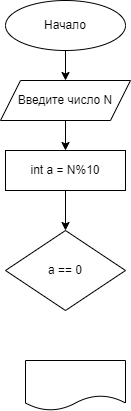
Earlier version of the draw.io export Homework_002/diagram.drawio.png (GnezdilovaVO/Seminar-3.2.Homework). Source tidied: cells renumbered, new cells last; positions are measured from the earlier drawing's top-left corner, leaving out a move shared by most shapes. Source of this version:
```xml
<mxGraphModel>
  <root>
    <mxCell id="0" />
    <mxCell id="1" parent="0" />
    <mxCell id="2" style="edgeStyle=none;html=1;" parent="1" edge="1" source="3" target="5">
      <mxGeometry relative="1" as="geometry" />
    </mxCell>
    <mxCell id="3" value="Начало" style="ellipse;whiteSpace=wrap;html=1;" parent="1" vertex="1">
      <mxGeometry x="5" width="120" height="50" as="geometry" />
    </mxCell>
    <mxCell id="4" style="edgeStyle=none;html=1;" parent="1" edge="1" source="5" target="8">
      <mxGeometry relative="1" as="geometry" />
    </mxCell>
    <mxCell id="5" value="Введите число N" style="shape=parallelogram;perimeter=parallelogramPerimeter;whiteSpace=wrap;html=1;fixedSize=1;" parent="1" vertex="1">
      <mxGeometry y="80" width="130" height="40" as="geometry" />
    </mxCell>
    <mxCell id="6" value="a == 0" style="rhombus;whiteSpace=wrap;html=1;" parent="1" vertex="1">
      <mxGeometry x="5" y="230" width="120" height="80" as="geometry" />
    </mxCell>
    <mxCell id="7" style="edgeStyle=none;html=1;" parent="1" edge="1" source="8" target="6">
      <mxGeometry relative="1" as="geometry" />
    </mxCell>
    <mxCell id="8" value="int a = N%10" style="rounded=0;whiteSpace=wrap;html=1;" parent="1" vertex="1">
      <mxGeometry x="5" y="150" width="120" height="40" as="geometry" />
    </mxCell>
    <mxCell id="9" style="shape=document;whiteSpace=wrap;html=1;boundedLbl=1;" parent="1" vertex="1">
      <mxGeometry x="25" y="360" width="100" height="50" as="geometry" />
    </mxCell>
  </root>
</mxGraphModel>
```
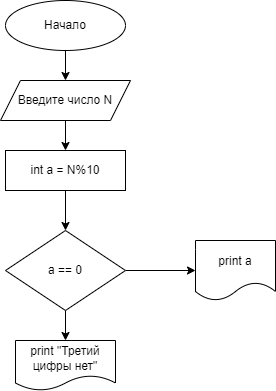
After the change.

Commit message:
Задача 2 решена. Исправлена блок-схема

The edit, as a diff of the source:
```diff
@@ -14,6 +14,12 @@
     <mxCell id="5" value="Введите число N" style="shape=parallelogram;perimeter=parallelogramPerimeter;whiteSpace=wrap;html=1;fixedSize=1;" parent="1" vertex="1">
       <mxGeometry y="80" width="130" height="40" as="geometry" />
     </mxCell>
+    <mxCell id="10" style="edgeStyle=none;html=1;" parent="1" edge="1" source="6" target="9">
+      <mxGeometry relative="1" as="geometry" />
+    </mxCell>
+    <mxCell id="11" style="edgeStyle=none;html=1;" parent="1" edge="1" source="6" target="12">
+      <mxGeometry relative="1" as="geometry" />
+    </mxCell>
     <mxCell id="6" value="a == 0" style="rhombus;whiteSpace=wrap;html=1;" parent="1" vertex="1">
       <mxGeometry x="5" y="230" width="120" height="80" as="geometry" />
     </mxCell>
@@ -23,8 +29,11 @@
     <mxCell id="8" value="int a = N%10" style="rounded=0;whiteSpace=wrap;html=1;" parent="1" vertex="1">
       <mxGeometry x="5" y="150" width="120" height="40" as="geometry" />
     </mxCell>
-    <mxCell id="9" style="shape=document;whiteSpace=wrap;html=1;boundedLbl=1;" parent="1" vertex="1">
-      <mxGeometry x="25" y="360" width="100" height="50" as="geometry" />
+    <mxCell id="9" value="print &quot;Третий цифры нет&quot;" style="shape=document;whiteSpace=wrap;html=1;boundedLbl=1;" parent="1" vertex="1">
+      <mxGeometry x="15" y="340" width="100" height="50" as="geometry" />
     </mxCell>
+    <mxCell id="12" value="print a" style="shape=document;whiteSpace=wrap;html=1;boundedLbl=1;" parent="1" vertex="1">
+      <mxGeometry x="195" y="240" width="80" height="60" as="geometry" />
+    </mxCell>
   </root>
 </mxGraphModel>
```
